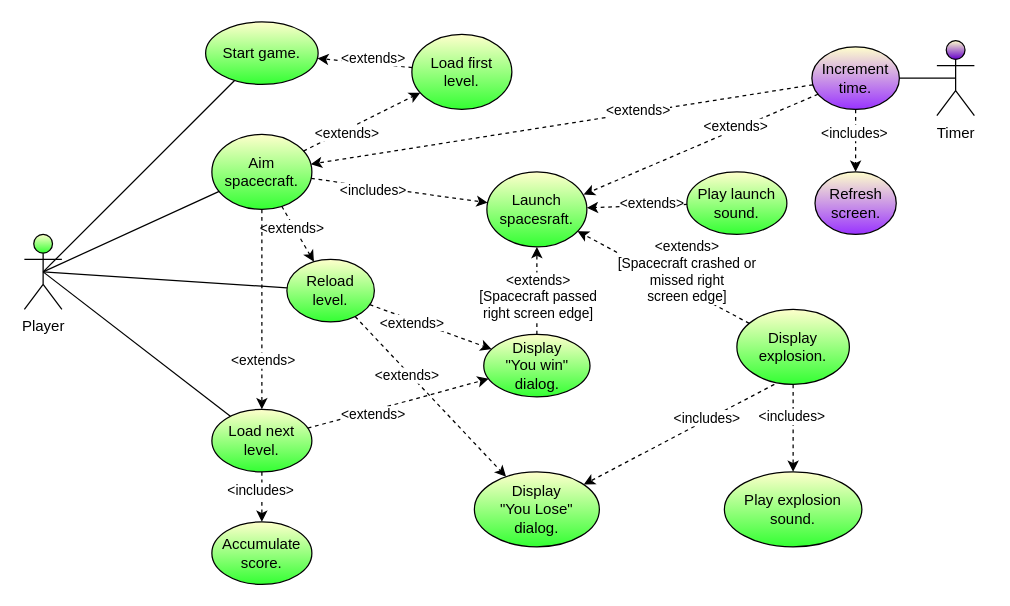
This is page "use cases" (3 of 5) of docs/diagrams.drawio from lbownik/star-drifter, a draw.io file, before an edit. Source tidied: cells renumbered, new cells numbered last; positions are measured from the earlier drawing's top-left corner, leaving out a move shared by most shapes. Both pictures are drawn from the tidied source at 125%, with x=0, y=0 at pixel (24, 21).
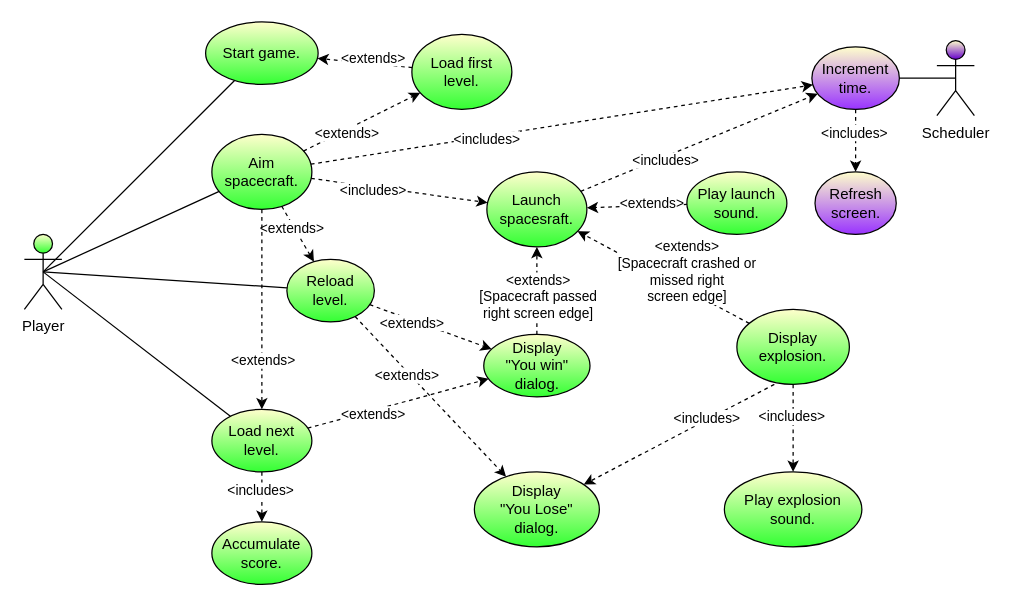
The same diagram, later.

Unchanged cells that the change refers to:
```xml
<mxCell id="4" value="Aim spacecraft." style="ellipse;whiteSpace=wrap;html=1;strokeWidth=1;fillColor=#FFFFCC;gradientColor=#33FF33;" parent="1" vertex="1">
  <mxGeometry x="150" y="90" width="80" height="60" as="geometry" />
</mxCell>
<mxCell id="5" value="Launch spacesraft." style="ellipse;whiteSpace=wrap;html=1;strokeWidth=1;fillColor=#FFFFCC;gradientColor=#33FF33;" parent="1" vertex="1">
  <mxGeometry x="370" y="120" width="80" height="60" as="geometry" />
</mxCell>
<mxCell id="48" value="Increment time." style="ellipse;whiteSpace=wrap;html=1;strokeWidth=1;fillColor=#FFFFCC;gradientColor=#9933FF;" parent="1" vertex="1">
  <mxGeometry x="630" y="20" width="70" height="50" as="geometry" />
</mxCell>
```

What changed in the source:
```diff
@@
-    <mxCell id="47" value="Timer" style="shape=umlActor;verticalLabelPosition=bottom;verticalAlign=top;html=1;outlineConnect=0;strokeWidth=1;fillColor=#FFFFCC;gradientColor=#6600CC;" parent="1" vertex="1">
+    <mxCell id="47" value="Scheduler" style="shape=umlActor;verticalLabelPosition=bottom;verticalAlign=top;html=1;outlineConnect=0;strokeWidth=1;fillColor=#FFFFCC;gradientColor=#6600CC;" parent="1" vertex="1">
       <mxGeometry x="730" y="15" width="30" height="60" as="geometry" />
     </mxCell>
@@
-    <mxCell id="53" style="endArrow=classic;dashed=1;html=1;endFill=1;" parent="1" edge="1" source="48">
-      <mxGeometry relative="1" as="geometry">
-        <mxPoint x="447.4" y="138.1" as="targetPoint" />
-      </mxGeometry>
-    </mxCell>
-    <mxCell id="54" value="&amp;lt;extends&amp;gt;" style="edgeLabel;html=1;align=center;verticalAlign=middle;" parent="53" vertex="1">
-      <mxGeometry x="-0.3" y="-2" relative="1" as="geometry" />
-    </mxCell>
-    <mxCell id="55" style="endArrow=classic;dashed=1;html=1;endFill=1;" parent="1" edge="1" source="48" target="4">
-      <mxGeometry relative="1" as="geometry" />
-    </mxCell>
-    <mxCell id="56" value="&amp;lt;extends&amp;gt;" style="edgeLabel;html=1;align=center;verticalAlign=middle;" parent="55" vertex="1">
-      <mxGeometry x="-0.3" y="-2" relative="1" as="geometry" />
-    </mxCell>
+    <mxCell id="57" style="endArrow=classic;dashed=1;html=1;endFill=1;" parent="1" edge="1" source="4" target="48">
+      <mxGeometry relative="1" as="geometry" />
+    </mxCell>
+    <mxCell id="58" value="&amp;lt;includes&amp;gt;" style="edgeLabel;html=1;align=center;verticalAlign=middle;" parent="57" vertex="1">
+      <mxGeometry x="-0.3" y="-2" relative="1" as="geometry" />
+    </mxCell>
+    <mxCell id="59" style="endArrow=classic;dashed=1;html=1;endFill=1;" parent="1" edge="1" source="5" target="48">
+      <mxGeometry relative="1" as="geometry" />
+    </mxCell>
+    <mxCell id="60" value="&amp;lt;includes&amp;gt;" style="edgeLabel;html=1;align=center;verticalAlign=middle;" parent="59" vertex="1">
+      <mxGeometry x="-0.3" y="-2" relative="1" as="geometry" />
+    </mxCell>
```
